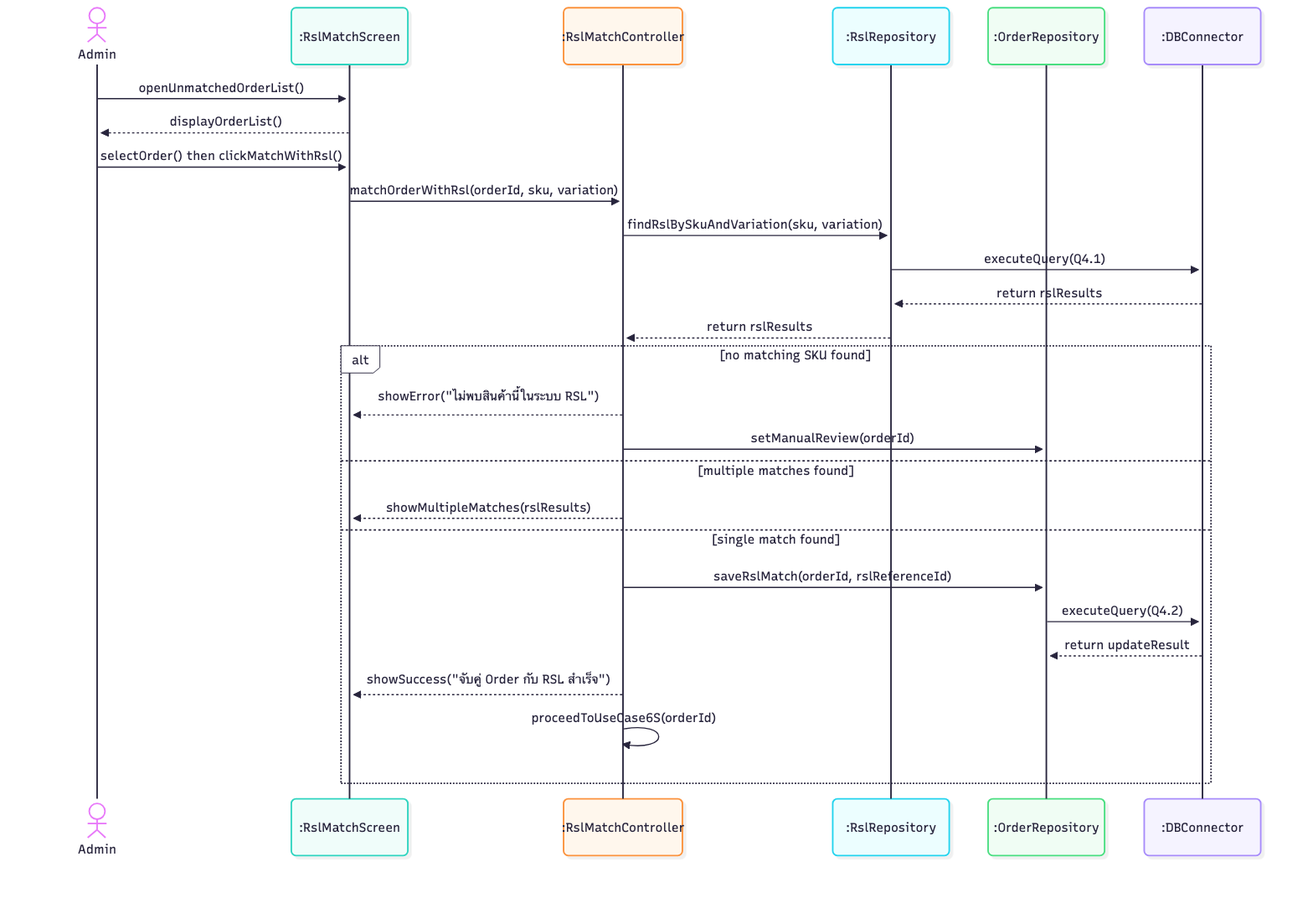
Earlier version of the Mermaid export 03-chapter2-use-case-descriptions/diagrams/png/1S-sequence.png (xbpkdi/321-sa-proj). Its source is kept beside it as 03-chapter2-use-case-descriptions/diagrams/mmd/1S-sequence.mmd.
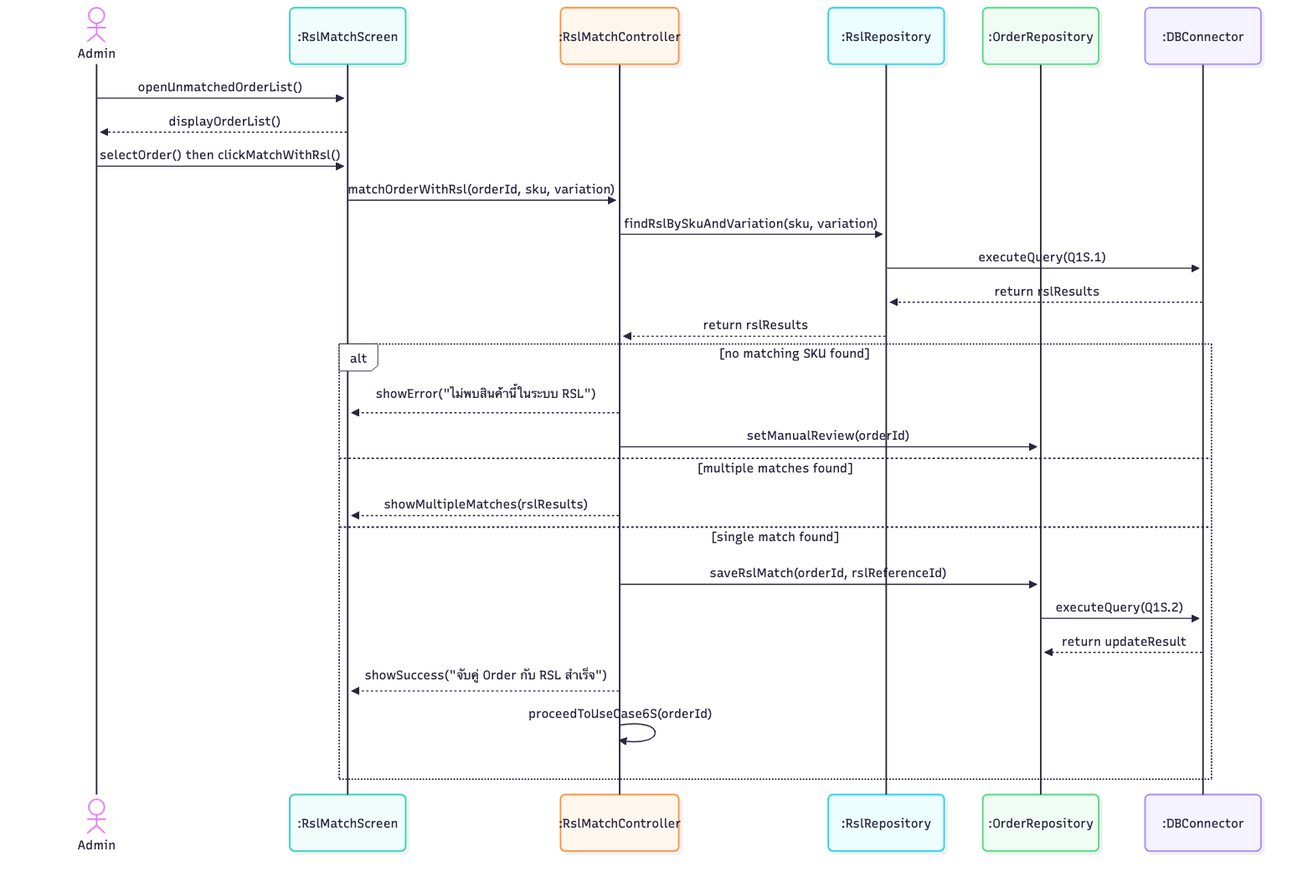
The same file after the commit.

Diff of the diagram source:
```diff
@@ -11,7 +11,7 @@
     Admin->>Screen: selectOrder() then clickMatchWithRsl()
     Screen->>RMC: matchOrderWithRsl(orderId, sku, variation)
     RMC->>RslRepo: findRslBySkuAndVariation(sku, variation)
-    RslRepo->>DB: executeQuery(Q4.1)
+    RslRepo->>DB: executeQuery(Q1S.1)
     DB-->>RslRepo: return rslResults
     RslRepo-->>RMC: return rslResults
     alt no matching SKU found
@@ -21,7 +21,7 @@
         RMC-->>Screen: showMultipleMatches(rslResults)
     else single match found
         RMC->>OrderRepo: saveRslMatch(orderId, rslReferenceId)
-        OrderRepo->>DB: executeQuery(Q4.2)
+        OrderRepo->>DB: executeQuery(Q1S.2)
         DB-->>OrderRepo: return updateResult
         RMC-->>Screen: showSuccess("จับคู่ Order กับ RSL สำเร็จ")
         RMC->>RMC: proceedToUseCase6S(orderId)
```
